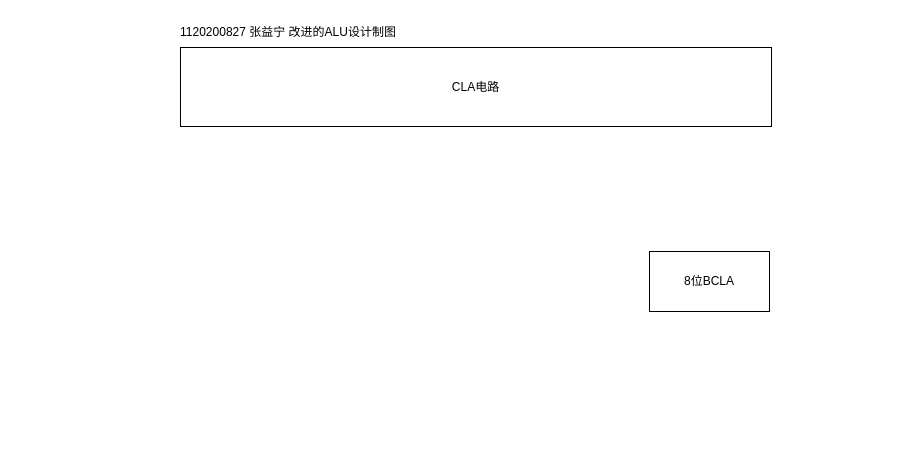
Above: ALU.drawio in ZYNsama666/BackUp (draw.io), before the change. Source tidied: cells renumbered, new cells numbered last; positions are measured from the earlier drawing's top-left corner, leaving out a move shared by most shapes. Both pictures are drawn from the tidied source at 100%, with x=0, y=0 at pixel (145, 17).
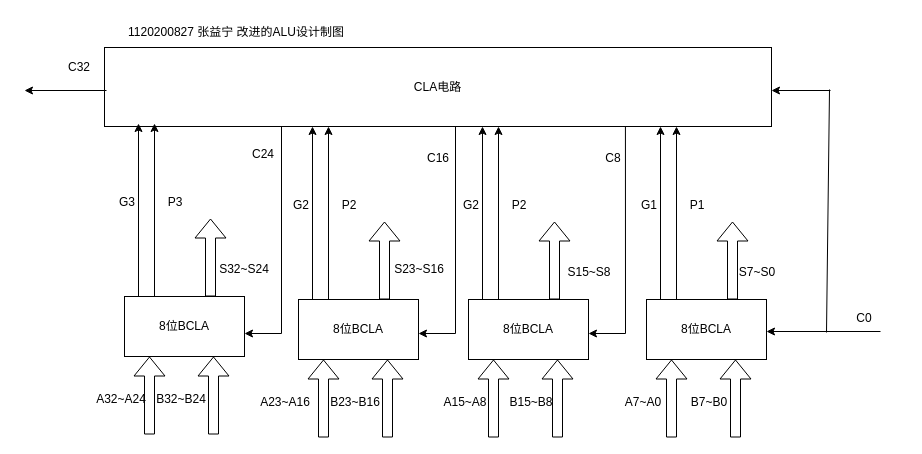
The same page after the edit.

What changed in the source:
```diff
@@
     <mxCell id="2" value="CLA电路" style="rounded=0;whiteSpace=wrap;html=1;" parent="1" vertex="1">
-      <mxGeometry x="35" y="30" width="591" height="79" as="geometry" />
+      <mxGeometry x="-41" y="30" width="667" height="79" as="geometry" />
     </mxCell>
     <mxCell id="3" value="8位BCLA" style="rounded=0;whiteSpace=wrap;html=1;" parent="1" vertex="1">
-      <mxGeometry x="504" y="234" width="120" height="60" as="geometry" />
+      <mxGeometry x="501" y="282" width="120" height="60" as="geometry" />
     </mxCell>
     <mxCell id="4" value="1120200827 张益宁 改进的ALU设计制图" style="text;html=1;strokeColor=none;fillColor=none;align=center;verticalAlign=middle;whiteSpace=wrap;rounded=0;" parent="1" vertex="1">
-      <mxGeometry width="286" height="30" as="geometry" />
+      <mxGeometry x="-52" width="286" height="30" as="geometry" />
     </mxCell>
+    <mxCell id="5" style="shape=flexArrow;endArrow=classic;html=1;rounded=0;" parent="1" edge="1">
+      <mxGeometry relative="1" as="geometry">
+        <mxPoint x="526" y="420" as="sourcePoint" />
+        <mxPoint x="526" y="342" as="targetPoint" />
+      </mxGeometry>
+    </mxCell>
+    <mxCell id="6" style="shape=flexArrow;endArrow=classic;html=1;rounded=0;" parent="1" edge="1">
+      <mxGeometry relative="1" as="geometry">
+        <mxPoint x="590" y="420" as="sourcePoint" />
+        <mxPoint x="590" y="342" as="targetPoint" />
+      </mxGeometry>
+    </mxCell>
+    <mxCell id="7" value="A7~A0" style="text;html=1;strokeColor=none;fillColor=none;align=center;verticalAlign=middle;whiteSpace=wrap;rounded=0;" parent="1" vertex="1">
+      <mxGeometry x="468" y="370" width="60" height="30" as="geometry" />
+    </mxCell>
+    <mxCell id="8" value="B7~B0" style="text;html=1;strokeColor=none;fillColor=none;align=center;verticalAlign=middle;whiteSpace=wrap;rounded=0;" parent="1" vertex="1">
+      <mxGeometry x="534" y="370" width="60" height="30" as="geometry" />
+    </mxCell>
+    <mxCell id="9" style="shape=flexArrow;endArrow=classic;html=1;rounded=0;" parent="1" edge="1">
+      <mxGeometry relative="1" as="geometry">
+        <mxPoint x="587" y="282" as="sourcePoint" />
+        <mxPoint x="587" y="204" as="targetPoint" />
+      </mxGeometry>
+    </mxCell>
+    <mxCell id="10" value="S7~S0" style="text;html=1;strokeColor=none;fillColor=none;align=center;verticalAlign=middle;whiteSpace=wrap;rounded=0;" parent="1" vertex="1">
+      <mxGeometry x="582" y="240" width="60" height="30" as="geometry" />
+    </mxCell>
+    <mxCell id="11" style="endArrow=classic;html=1;rounded=0;exitX=0.25;exitY=0;exitDx=0;exitDy=0;" parent="1" edge="1" source="3">
+      <mxGeometry relative="1" as="geometry">
+        <mxPoint x="531" y="282" as="targetPoint" />
+      </mxGeometry>
+    </mxCell>
+    <mxCell id="12" style="endArrow=classic;html=1;rounded=0;" parent="1" edge="1">
+      <mxGeometry relative="1" as="geometry">
+        <mxPoint x="531" y="281.7" as="sourcePoint" />
+        <mxPoint x="531" y="109" as="targetPoint" />
+      </mxGeometry>
+    </mxCell>
+    <mxCell id="13" value="G1" style="text;html=1;strokeColor=none;fillColor=none;align=center;verticalAlign=middle;whiteSpace=wrap;rounded=0;" parent="1" vertex="1">
+      <mxGeometry x="474" y="173" width="60" height="30" as="geometry" />
+    </mxCell>
+    <mxCell id="14" style="endArrow=classic;html=1;rounded=0;" parent="1" edge="1">
+      <mxGeometry relative="1" as="geometry">
+        <mxPoint x="515" y="281.7" as="sourcePoint" />
+        <mxPoint x="515" y="109" as="targetPoint" />
+      </mxGeometry>
+    </mxCell>
+    <mxCell id="15" value="P1" style="text;html=1;strokeColor=none;fillColor=none;align=center;verticalAlign=middle;whiteSpace=wrap;rounded=0;" parent="1" vertex="1">
+      <mxGeometry x="522" y="173" width="60" height="30" as="geometry" />
+    </mxCell>
+    <mxCell id="16" value="8位BCLA" style="rounded=0;whiteSpace=wrap;html=1;" parent="1" vertex="1">
+      <mxGeometry x="323" y="282" width="120" height="60" as="geometry" />
+    </mxCell>
+    <mxCell id="17" style="shape=flexArrow;endArrow=classic;html=1;rounded=0;" parent="1" edge="1">
+      <mxGeometry relative="1" as="geometry">
+        <mxPoint x="348" y="420" as="sourcePoint" />
+        <mxPoint x="348" y="342" as="targetPoint" />
+      </mxGeometry>
+    </mxCell>
+    <mxCell id="18" style="shape=flexArrow;endArrow=classic;html=1;rounded=0;" parent="1" edge="1">
+      <mxGeometry relative="1" as="geometry">
+        <mxPoint x="412" y="420" as="sourcePoint" />
+        <mxPoint x="412" y="342" as="targetPoint" />
+      </mxGeometry>
+    </mxCell>
+    <mxCell id="19" value="A15~A8" style="text;html=1;strokeColor=none;fillColor=none;align=center;verticalAlign=middle;whiteSpace=wrap;rounded=0;" parent="1" vertex="1">
+      <mxGeometry x="290" y="370" width="60" height="30" as="geometry" />
+    </mxCell>
+    <mxCell id="20" value="B15~B8" style="text;html=1;strokeColor=none;fillColor=none;align=center;verticalAlign=middle;whiteSpace=wrap;rounded=0;" parent="1" vertex="1">
+      <mxGeometry x="356" y="370" width="60" height="30" as="geometry" />
+    </mxCell>
+    <mxCell id="21" style="shape=flexArrow;endArrow=classic;html=1;rounded=0;" parent="1" edge="1">
+      <mxGeometry relative="1" as="geometry">
+        <mxPoint x="409" y="282" as="sourcePoint" />
+        <mxPoint x="409" y="204" as="targetPoint" />
+      </mxGeometry>
+    </mxCell>
+    <mxCell id="22" value="S15~S8" style="text;html=1;strokeColor=none;fillColor=none;align=center;verticalAlign=middle;whiteSpace=wrap;rounded=0;" parent="1" vertex="1">
+      <mxGeometry x="414" y="240" width="60" height="30" as="geometry" />
+    </mxCell>
+    <mxCell id="23" style="endArrow=classic;html=1;rounded=0;exitX=0.25;exitY=0;exitDx=0;exitDy=0;" parent="1" edge="1" source="16">
+      <mxGeometry relative="1" as="geometry">
+        <mxPoint x="353" y="282" as="targetPoint" />
+      </mxGeometry>
+    </mxCell>
+    <mxCell id="24" style="endArrow=classic;html=1;rounded=0;" parent="1" edge="1">
+      <mxGeometry relative="1" as="geometry">
+        <mxPoint x="353" y="281.7" as="sourcePoint" />
+        <mxPoint x="353" y="109" as="targetPoint" />
+      </mxGeometry>
+    </mxCell>
+    <mxCell id="25" value="G2" style="text;html=1;strokeColor=none;fillColor=none;align=center;verticalAlign=middle;whiteSpace=wrap;rounded=0;" parent="1" vertex="1">
+      <mxGeometry x="296" y="173" width="60" height="30" as="geometry" />
+    </mxCell>
+    <mxCell id="26" style="endArrow=classic;html=1;rounded=0;" parent="1" edge="1">
+      <mxGeometry relative="1" as="geometry">
+        <mxPoint x="337" y="281.7" as="sourcePoint" />
+        <mxPoint x="337" y="109" as="targetPoint" />
+      </mxGeometry>
+    </mxCell>
+    <mxCell id="27" value="P2" style="text;html=1;strokeColor=none;fillColor=none;align=center;verticalAlign=middle;whiteSpace=wrap;rounded=0;" parent="1" vertex="1">
+      <mxGeometry x="344" y="173" width="60" height="30" as="geometry" />
+    </mxCell>
+    <mxCell id="28" value="8位BCLA" style="rounded=0;whiteSpace=wrap;html=1;" parent="1" vertex="1">
+      <mxGeometry x="153" y="282" width="120" height="60" as="geometry" />
+    </mxCell>
+    <mxCell id="29" style="shape=flexArrow;endArrow=classic;html=1;rounded=0;" parent="1" edge="1">
+      <mxGeometry relative="1" as="geometry">
+        <mxPoint x="178" y="420" as="sourcePoint" />
+        <mxPoint x="178" y="342" as="targetPoint" />
+      </mxGeometry>
+    </mxCell>
+    <mxCell id="30" style="shape=flexArrow;endArrow=classic;html=1;rounded=0;" parent="1" edge="1">
+      <mxGeometry relative="1" as="geometry">
+        <mxPoint x="242" y="420" as="sourcePoint" />
+        <mxPoint x="242" y="342" as="targetPoint" />
+      </mxGeometry>
+    </mxCell>
+    <mxCell id="31" value="A23~A16" style="text;html=1;strokeColor=none;fillColor=none;align=center;verticalAlign=middle;whiteSpace=wrap;rounded=0;" parent="1" vertex="1">
+      <mxGeometry x="110" y="370" width="60" height="30" as="geometry" />
+    </mxCell>
+    <mxCell id="32" value="B23~B16" style="text;html=1;strokeColor=none;fillColor=none;align=center;verticalAlign=middle;whiteSpace=wrap;rounded=0;" parent="1" vertex="1">
+      <mxGeometry x="180" y="370" width="60" height="30" as="geometry" />
+    </mxCell>
+    <mxCell id="33" style="shape=flexArrow;endArrow=classic;html=1;rounded=0;" parent="1" edge="1">
+      <mxGeometry relative="1" as="geometry">
+        <mxPoint x="239" y="282" as="sourcePoint" />
+        <mxPoint x="239" y="204" as="targetPoint" />
+      </mxGeometry>
+    </mxCell>
+    <mxCell id="34" value="S23~S16" style="text;html=1;strokeColor=none;fillColor=none;align=center;verticalAlign=middle;whiteSpace=wrap;rounded=0;" parent="1" vertex="1">
+      <mxGeometry x="244" y="237" width="60" height="30" as="geometry" />
+    </mxCell>
+    <mxCell id="35" style="endArrow=classic;html=1;rounded=0;exitX=0.25;exitY=0;exitDx=0;exitDy=0;" parent="1" edge="1" source="28">
+      <mxGeometry relative="1" as="geometry">
+        <mxPoint x="183" y="282" as="targetPoint" />
+      </mxGeometry>
+    </mxCell>
+    <mxCell id="36" style="endArrow=classic;html=1;rounded=0;" parent="1" edge="1">
+      <mxGeometry relative="1" as="geometry">
+        <mxPoint x="183" y="281.7" as="sourcePoint" />
+        <mxPoint x="183" y="109" as="targetPoint" />
+      </mxGeometry>
+    </mxCell>
+    <mxCell id="37" value="G2" style="text;html=1;strokeColor=none;fillColor=none;align=center;verticalAlign=middle;whiteSpace=wrap;rounded=0;" parent="1" vertex="1">
+      <mxGeometry x="126" y="173" width="60" height="30" as="geometry" />
+    </mxCell>
+    <mxCell id="38" style="endArrow=classic;html=1;rounded=0;" parent="1" edge="1">
+      <mxGeometry relative="1" as="geometry">
+        <mxPoint x="167" y="281.7" as="sourcePoint" />
+        <mxPoint x="167" y="109" as="targetPoint" />
+      </mxGeometry>
+    </mxCell>
+    <mxCell id="39" value="P2" style="text;html=1;strokeColor=none;fillColor=none;align=center;verticalAlign=middle;whiteSpace=wrap;rounded=0;" parent="1" vertex="1">
+      <mxGeometry x="174" y="173" width="60" height="30" as="geometry" />
+    </mxCell>
+    <mxCell id="40" value="8位BCLA" style="rounded=0;whiteSpace=wrap;html=1;" parent="1" vertex="1">
+      <mxGeometry x="-21" y="279" width="120" height="60" as="geometry" />
+    </mxCell>
+    <mxCell id="41" style="shape=flexArrow;endArrow=classic;html=1;rounded=0;" parent="1" edge="1">
+      <mxGeometry relative="1" as="geometry">
+        <mxPoint x="4" y="417" as="sourcePoint" />
+        <mxPoint x="4" y="339" as="targetPoint" />
+      </mxGeometry>
+    </mxCell>
+    <mxCell id="42" style="shape=flexArrow;endArrow=classic;html=1;rounded=0;" parent="1" edge="1">
+      <mxGeometry relative="1" as="geometry">
+        <mxPoint x="68" y="417" as="sourcePoint" />
+        <mxPoint x="68" y="339" as="targetPoint" />
+      </mxGeometry>
+    </mxCell>
+    <mxCell id="43" value="A32~A24" style="text;html=1;strokeColor=none;fillColor=none;align=center;verticalAlign=middle;whiteSpace=wrap;rounded=0;" parent="1" vertex="1">
+      <mxGeometry x="-54" y="367" width="60" height="30" as="geometry" />
+    </mxCell>
+    <mxCell id="44" value="B32~B24" style="text;html=1;strokeColor=none;fillColor=none;align=center;verticalAlign=middle;whiteSpace=wrap;rounded=0;" parent="1" vertex="1">
+      <mxGeometry x="6" y="367" width="60" height="30" as="geometry" />
+    </mxCell>
+    <mxCell id="45" style="shape=flexArrow;endArrow=classic;html=1;rounded=0;" parent="1" edge="1">
+      <mxGeometry relative="1" as="geometry">
+        <mxPoint x="65" y="279" as="sourcePoint" />
+        <mxPoint x="65" y="201" as="targetPoint" />
+      </mxGeometry>
+    </mxCell>
+    <mxCell id="46" value="S32~S24" style="text;html=1;strokeColor=none;fillColor=none;align=center;verticalAlign=middle;whiteSpace=wrap;rounded=0;" parent="1" vertex="1">
+      <mxGeometry x="69" y="237" width="60" height="30" as="geometry" />
+    </mxCell>
+    <mxCell id="47" style="endArrow=classic;html=1;rounded=0;exitX=0.25;exitY=0;exitDx=0;exitDy=0;" parent="1" edge="1" source="40">
+      <mxGeometry relative="1" as="geometry">
+        <mxPoint x="9" y="279" as="targetPoint" />
+      </mxGeometry>
+    </mxCell>
+    <mxCell id="48" style="endArrow=classic;html=1;rounded=0;" parent="1" edge="1">
+      <mxGeometry relative="1" as="geometry">
+        <mxPoint x="9" y="278.7" as="sourcePoint" />
+        <mxPoint x="9" y="106" as="targetPoint" />
+      </mxGeometry>
+    </mxCell>
+    <mxCell id="49" value="G3" style="text;html=1;strokeColor=none;fillColor=none;align=center;verticalAlign=middle;whiteSpace=wrap;rounded=0;" parent="1" vertex="1">
+      <mxGeometry x="-48" y="170" width="60" height="30" as="geometry" />
+    </mxCell>
+    <mxCell id="50" style="endArrow=classic;html=1;rounded=0;" parent="1" edge="1">
+      <mxGeometry relative="1" as="geometry">
+        <mxPoint x="-7" y="278.7" as="sourcePoint" />
+        <mxPoint x="-7" y="106" as="targetPoint" />
+      </mxGeometry>
+    </mxCell>
+    <mxCell id="51" value="P3" style="text;html=1;strokeColor=none;fillColor=none;align=center;verticalAlign=middle;whiteSpace=wrap;rounded=0;" parent="1" vertex="1">
+      <mxGeometry y="170" width="60" height="30" as="geometry" />
+    </mxCell>
+    <mxCell id="52" style="endArrow=classic;html=1;rounded=0;" parent="1" edge="1">
+      <mxGeometry relative="1" as="geometry">
+        <mxPoint x="735" y="314" as="sourcePoint" />
+        <mxPoint x="621" y="314" as="targetPoint" />
+      </mxGeometry>
+    </mxCell>
+    <mxCell id="53" style="endArrow=classic;html=1;rounded=0;" parent="1" edge="1">
+      <mxGeometry relative="1" as="geometry">
+        <mxPoint x="685" y="73" as="sourcePoint" />
+        <mxPoint x="626" y="73" as="targetPoint" />
+      </mxGeometry>
+    </mxCell>
+    <mxCell id="54" style="endArrow=none;html=1;rounded=0;" parent="1" edge="1">
+      <mxGeometry relative="1" as="geometry">
+        <mxPoint x="681" y="315" as="sourcePoint" />
+        <mxPoint x="684" y="72" as="targetPoint" />
+      </mxGeometry>
+    </mxCell>
+    <mxCell id="55" value="C0" style="text;html=1;strokeColor=none;fillColor=none;align=center;verticalAlign=middle;whiteSpace=wrap;rounded=0;" parent="1" vertex="1">
+      <mxGeometry x="679" y="286" width="80" height="30" as="geometry" />
+    </mxCell>
+    <mxCell id="56" style="endArrow=classic;html=1;rounded=0;exitX=0.781;exitY=1.002;exitDx=0;exitDy=0;exitPerimeter=0;" parent="1" edge="1" source="2">
+      <mxGeometry relative="1" as="geometry">
+        <mxPoint x="443" y="316" as="targetPoint" />
+        <Array as="points">
+          <mxPoint x="480" y="316" />
+        </Array>
+      </mxGeometry>
+    </mxCell>
+    <mxCell id="57" style="endArrow=classic;html=1;rounded=0;exitX=0.781;exitY=1.002;exitDx=0;exitDy=0;exitPerimeter=0;" parent="1" edge="1">
+      <mxGeometry relative="1" as="geometry">
+        <mxPoint x="310" y="109" as="sourcePoint" />
+        <mxPoint x="273" y="316" as="targetPoint" />
+        <Array as="points">
+          <mxPoint x="310" y="316" />
+        </Array>
+      </mxGeometry>
+    </mxCell>
+    <mxCell id="58" style="endArrow=classic;html=1;rounded=0;exitX=0.781;exitY=1.002;exitDx=0;exitDy=0;exitPerimeter=0;" parent="1" edge="1">
+      <mxGeometry relative="1" as="geometry">
+        <mxPoint x="136" y="109" as="sourcePoint" />
+        <mxPoint x="99" y="316" as="targetPoint" />
+        <Array as="points">
+          <mxPoint x="136" y="316" />
+        </Array>
+      </mxGeometry>
+    </mxCell>
+    <mxCell id="59" value="C8" style="text;html=1;strokeColor=none;fillColor=none;align=center;verticalAlign=middle;whiteSpace=wrap;rounded=0;" parent="1" vertex="1">
+      <mxGeometry x="428" y="126" width="80" height="30" as="geometry" />
+    </mxCell>
+    <mxCell id="60" value="C16" style="text;html=1;strokeColor=none;fillColor=none;align=center;verticalAlign=middle;whiteSpace=wrap;rounded=0;" parent="1" vertex="1">
+      <mxGeometry x="252.5" y="126" width="80" height="30" as="geometry" />
+    </mxCell>
+    <mxCell id="61" value="C24" style="text;html=1;strokeColor=none;fillColor=none;align=center;verticalAlign=middle;whiteSpace=wrap;rounded=0;" parent="1" vertex="1">
+      <mxGeometry x="78" y="122" width="80" height="30" as="geometry" />
+    </mxCell>
+    <mxCell id="62" value="C32" style="text;html=1;strokeColor=none;fillColor=none;align=center;verticalAlign=middle;whiteSpace=wrap;rounded=0;" parent="1" vertex="1">
+      <mxGeometry x="-106" y="35" width="80" height="30" as="geometry" />
+    </mxCell>
+    <mxCell id="63" style="endArrow=classic;html=1;rounded=0;" parent="1" edge="1">
+      <mxGeometry relative="1" as="geometry">
+        <mxPoint x="-39" y="73" as="sourcePoint" />
+        <mxPoint x="-121" y="73" as="targetPoint" />
+      </mxGeometry>
+    </mxCell>
```
